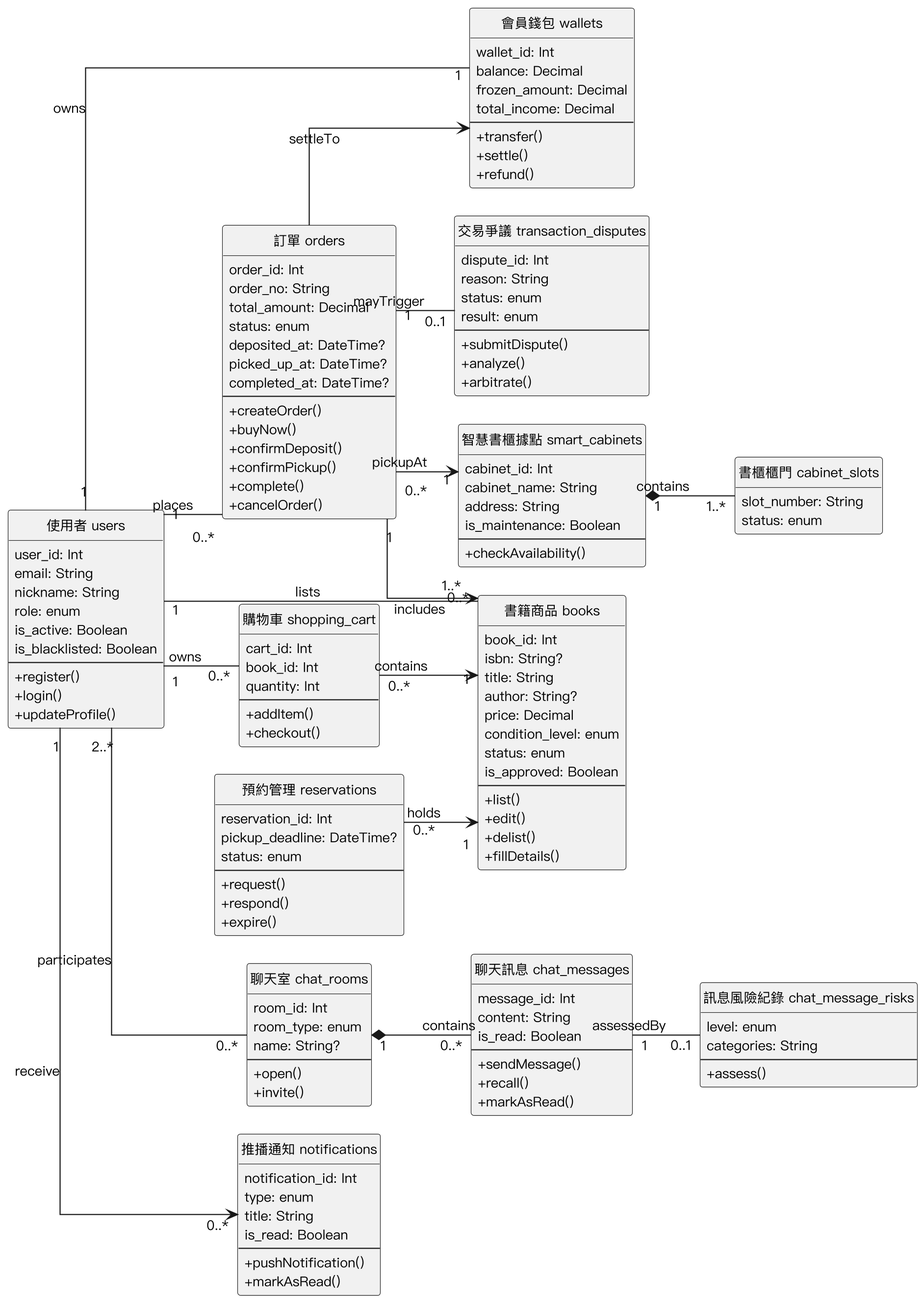
This is Diagrams/Class diagram/v3/design_class.png from SaveMyBook/SaveMyBook, a PlantUML export, as it was before one commit.
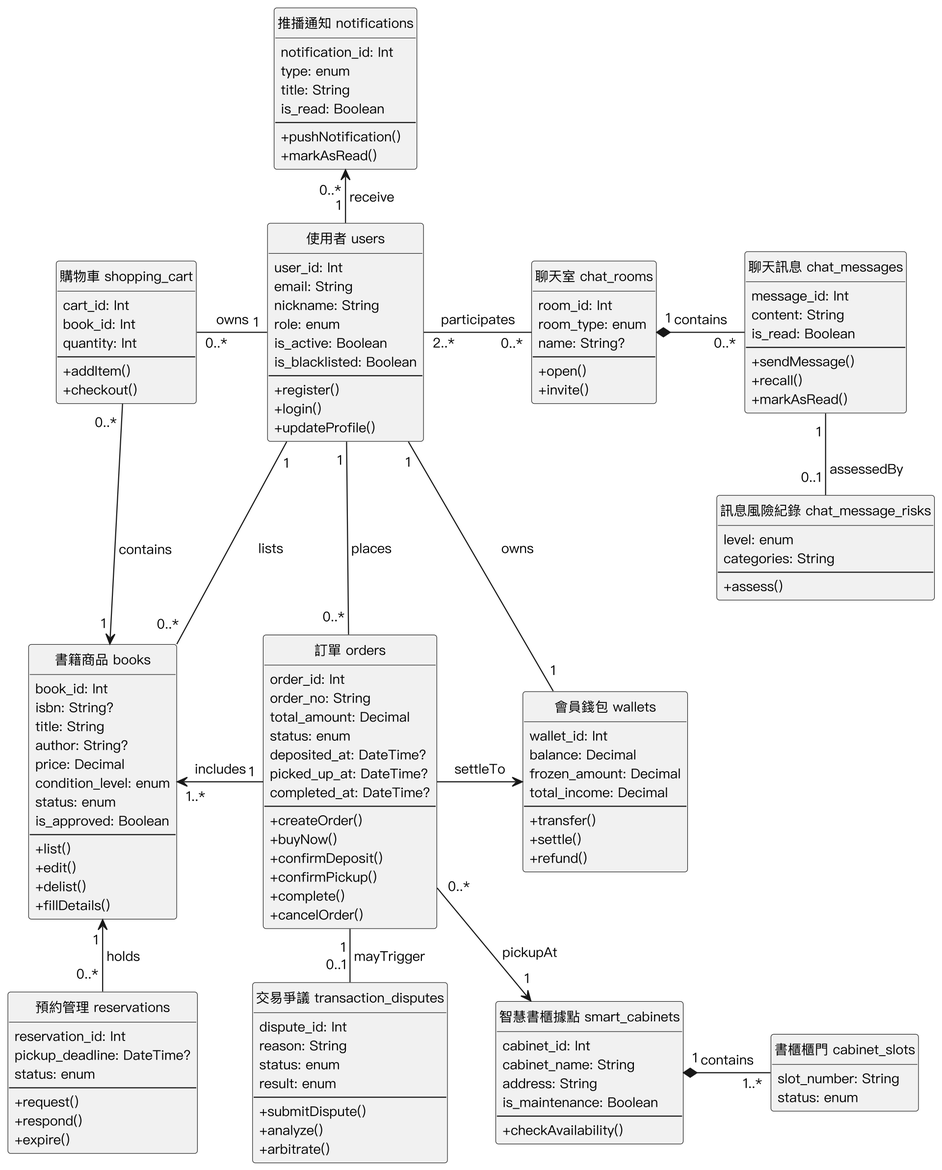
Later version of the same file.

What changed in the source:
```diff
@@ -5,12 +5,11 @@
 skinparam defaultFontName "PingFang TC"
 skinparam defaultFontSize 12
 skinparam classAttributeIconSize 0
-skinparam linetype ortho
+skinparam linetype polyline
+skinparam nodesep 30
+skinparam ranksep 30
 hide circle
 hide empty methods
-left to right direction
-skinparam nodesep 25
-skinparam ranksep 45
 
 class "使用者 users" as users {
   user_id: Int
@@ -137,19 +136,20 @@
   + markAsRead()
 }
 
-users "1" -- "1" wallets : owns
-users "1" -- "0..*" cart : owns
-cart "0..*" --> "1" books : contains
-users "1" -- "0..*" books : lists
-users "1" -- "0..*" orders : places
-orders "1" --> "1..*" books : includes
-orders --> wallets : settleTo
+users "1" -up-> "0..*" notifications : receive
+users "1" -left- "0..*" cart : owns
+users "2..*" -right- "0..*" rooms : participates
+rooms "1" *-right- "0..*" messages : contains
+messages "1" -- "0..1" risks : assessedBy
+cart "0..*" ---> "1" books : contains
+users "1" --- "0..*" orders : places
+orders "1" -left-> "1..*" books : includes
+users "1" --- "0..*" books : lists
+orders -right-> wallets : settleTo
+users "1" --- "1" wallets : owns
+reservations "0..*" -up-> "1" books : holds
 orders "1" -- "0..1" disputes : mayTrigger
-reservations "0..*" --> "1" books : holds
 orders "0..*" --> "1" cabinets : pickupAt
-cabinets "1" *-- "1..*" slots : contains
-users "2..*" -- "0..*" rooms : participates
-rooms "1" *-- "0..*" messages : contains
-messages "1" -- "0..1" risks : assessedBy
-users "1" --> "0..*" notifications : receive
+wallets -[hidden]- cabinets
+cabinets "1" *-right- "1..*" slots : contains
 @enduml
```
